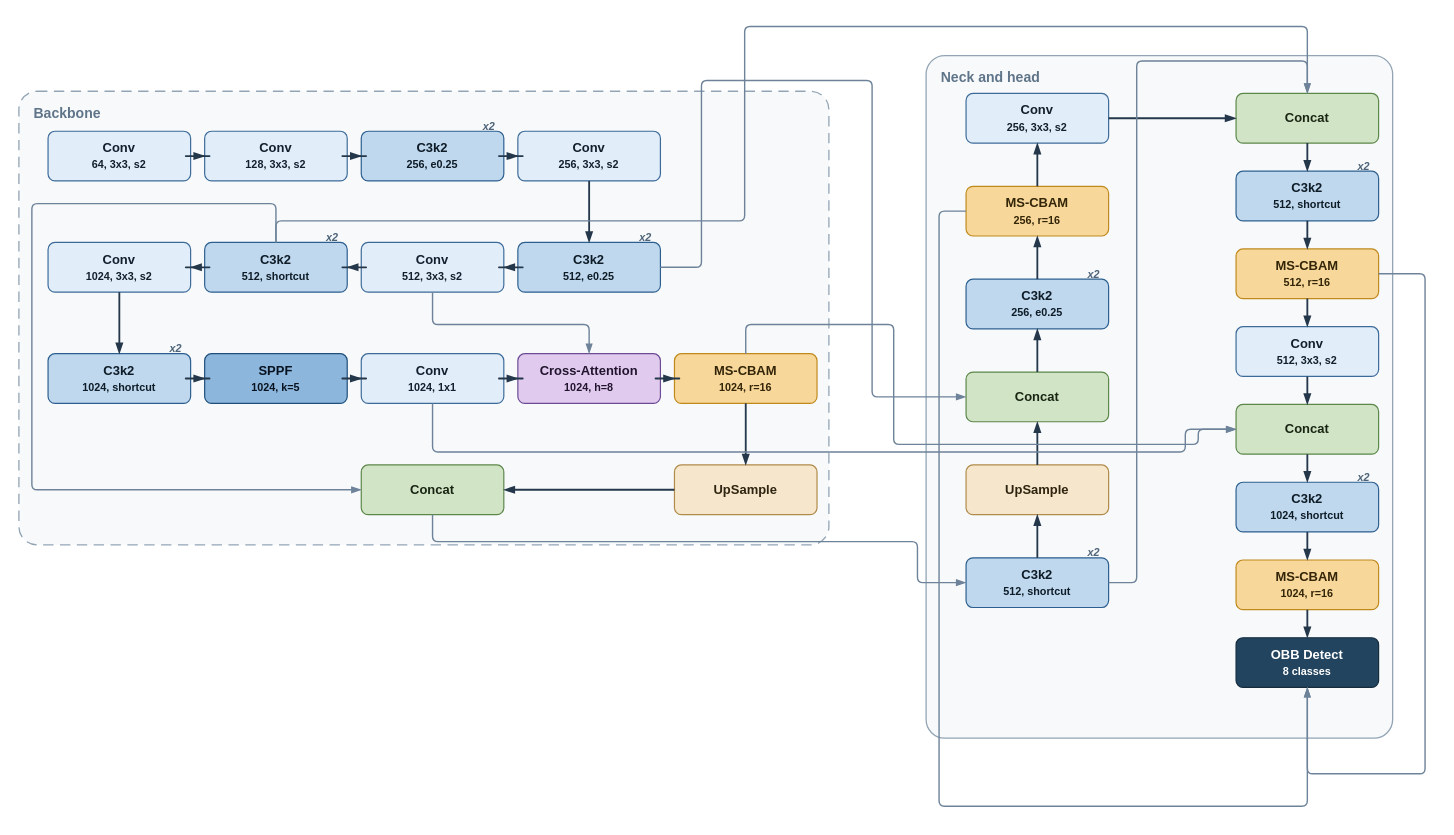
The draw.io diagram ablation/architecture.drawio in SaiSanthosh1508/End-to-End-Text-Translation-Pipeline, before the edit. Source tidied: cells renumbered, new cells numbered last; positions are measured from the earlier drawing's top-left corner, leaving out a move shared by most shapes. Both pictures are drawn from the tidied source at 108%, with x=0, y=0 at pixel (18, 26).
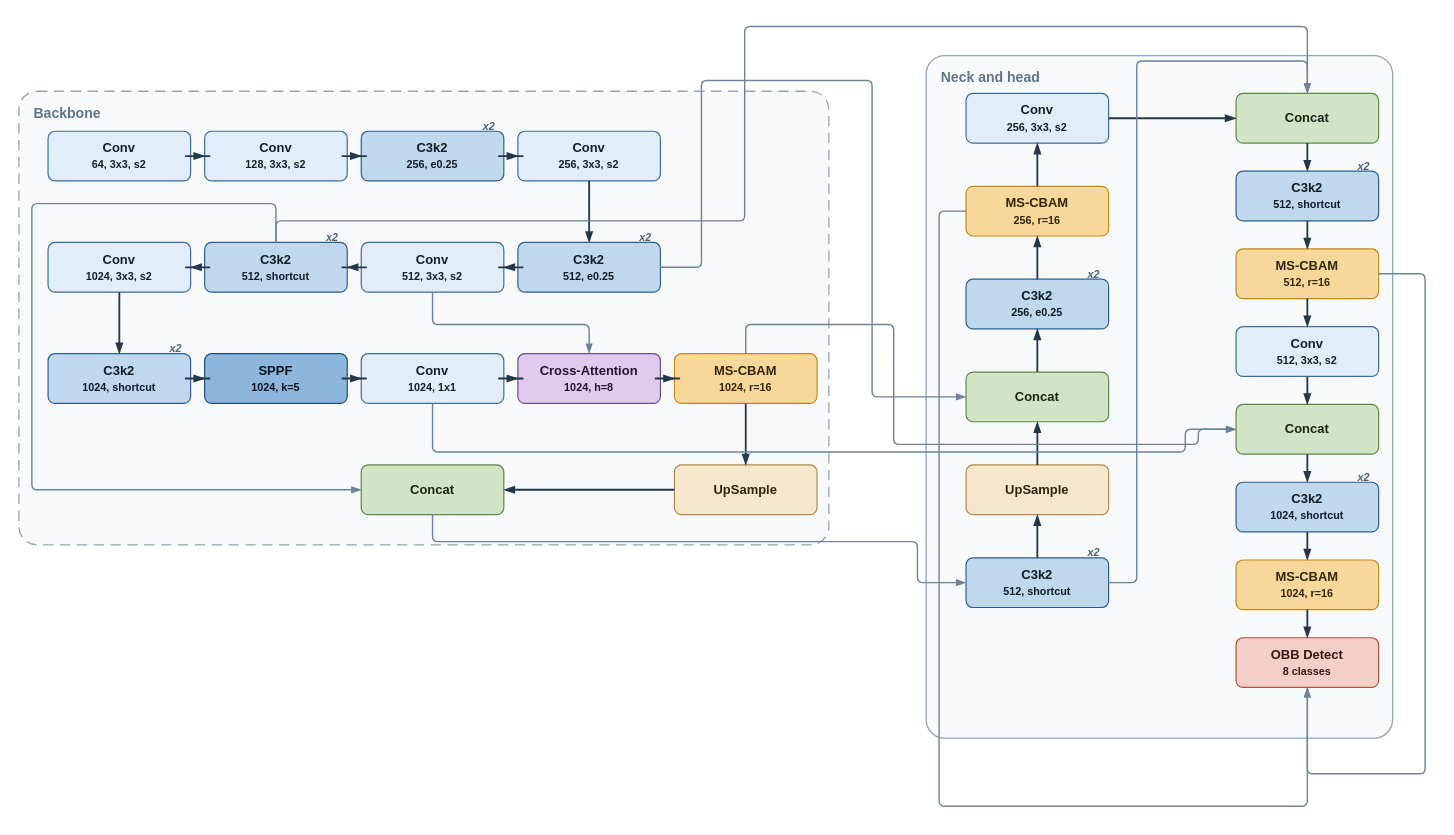
The same diagram, later.

Commit message (it also covers changes not shown here):
Give the head block a light fill so its label stops fighting the ground

The head was the one dark block, and its label depended on being reversed out to
white. That is the fragile case: any renderer or editor theme that does not honour
fontColor leaves dark text on a dark fill. It is now a warm rose that appears
nowhere else in the figure, so the head still reads as the terminal without
relying on a reversed label.

Every block is now a light fill with dark text, and all eight pairings clear WCAG
AAA at 8.8:1 or better.

Change to the diagram source:
```diff
@@
-    <mxCell id="40" value="&lt;b&gt;OBB Detect&lt;/b&gt;&lt;br&gt;&lt;b style='font-size:10px'&gt;8 classes&lt;/b&gt;" style="rounded=1;arcSize=14;whiteSpace=wrap;html=1;fontSize=12;fontFamily=Helvetica;fontStyle=1;verticalAlign=middle;fillColor=#23445F;strokeColor=#142C3E;fontColor=#FFFFFF;strokeWidth=1.1;" parent="1" vertex="1">
+    <mxCell id="40" value="&lt;b&gt;OBB Detect&lt;/b&gt;&lt;br&gt;&lt;b style='font-size:10px'&gt;8 classes&lt;/b&gt;" style="rounded=1;arcSize=14;whiteSpace=wrap;html=1;fontSize=12;fontFamily=Helvetica;fontStyle=1;verticalAlign=middle;fillColor=#F3CFC8;strokeColor=#B0503F;fontColor=#3A1610;strokeWidth=1.1;" parent="1" vertex="1">
       <mxGeometry x="1127" y="566" width="132" height="46" as="geometry" />
     </mxCell>
```
